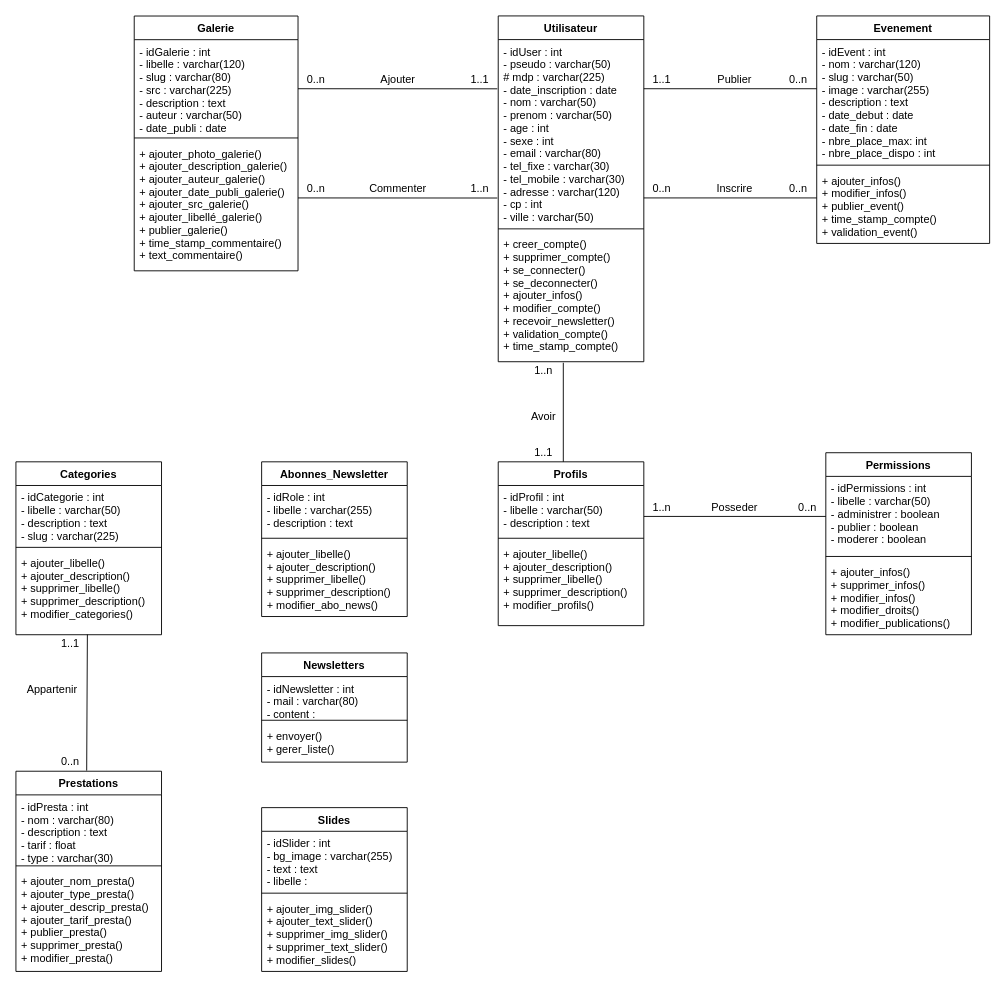
The draw.io diagram 1_Analyse/4_UML/Classe/NOUVEAU (2) (1).drawio in OlivierR68/beaute-naturelle.fr, before the edit. Source tidied: cells renumbered, new cells numbered last; positions are measured from the earlier drawing's top-left corner, leaving out a move shared by most shapes. Both pictures are drawn from the tidied source at 91%, with x=0, y=0 at pixel (15, 15).
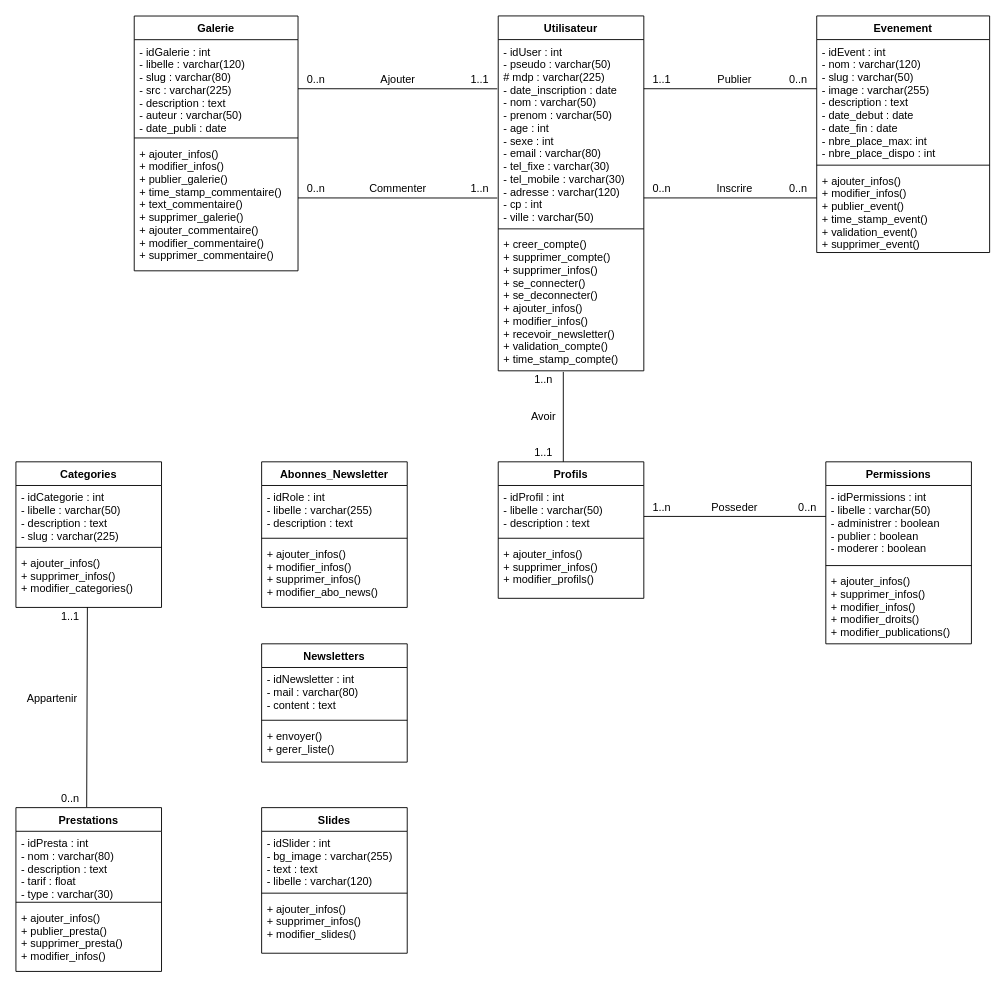
The same diagram, later.

Commit message (it also covers changes not shown here):
UML - Classe - MAJ

The change refers to these unchanged cells:
```xml
<mxCell id="10" value="Galerie" style="swimlane;fontStyle=1;align=center;verticalAlign=top;horizontal=1;startSize=26;" parent="1" vertex="1">
  <mxGeometry x="130" y="0.1" width="180" height="280" as="geometry" />
</mxCell>
```

Diff of the diagram source:
```diff
@@
     <mxCell id="2" value="Utilisateur" style="swimlane;fontStyle=1;align=center;verticalAlign=top;horizontal=1;startSize=26;" parent="1" vertex="1">
-      <mxGeometry x="530" width="160" height="380" as="geometry" />
+      <mxGeometry x="530" width="160" height="390" as="geometry" />
     </mxCell>
@@
-    <mxCell id="5" value="+ creer_compte()&#10;+ supprimer_compte()&#10;+ se_connecter()&#10;+ se_deconnecter()&#10;+ ajouter_infos()&#10;+ modifier_compte()&#10;+ recevoir_newsletter()&#10;+ validation_compte()&#10;+ time_stamp_compte()&#10;" style="text;strokeColor=none;fillColor=none;align=left;verticalAlign=top;spacingLeft=4;spacingRight=4;overflow=hidden;points=[[0,0.5],[1,0.5]];portConstraint=eastwest;" parent="2" vertex="1">
-      <mxGeometry y="238" width="160" height="142" as="geometry" />
+    <mxCell id="5" value="+ creer_compte()&#10;+ supprimer_compte()&#10;+ supprimer_infos()&#10;+ se_connecter()&#10;+ se_deconnecter()&#10;+ ajouter_infos()&#10;+ modifier_infos()&#10;+ recevoir_newsletter()&#10;+ validation_compte()&#10;+ time_stamp_compte()&#10;" style="text;strokeColor=none;fillColor=none;align=left;verticalAlign=top;spacingLeft=4;spacingRight=4;overflow=hidden;points=[[0,0.5],[1,0.5]];portConstraint=eastwest;" parent="2" vertex="1">
+      <mxGeometry y="238" width="160" height="152" as="geometry" />
     </mxCell>
     <mxCell id="6" value="Evenement" style="swimlane;fontStyle=1;align=center;verticalAlign=top;horizontal=1;startSize=26;" parent="1" vertex="1">
-      <mxGeometry x="880" width="190" height="250" as="geometry" />
+      <mxGeometry x="880" width="190" height="260" as="geometry" />
     </mxCell>
@@
-    <mxCell id="9" value="+ ajouter_infos()&#10;+ modifier_infos()&#10;+ publier_event()&#10;+ time_stamp_compte()&#10;+ validation_event()" style="text;strokeColor=none;fillColor=none;align=left;verticalAlign=top;spacingLeft=4;spacingRight=4;overflow=hidden;" parent="6" vertex="1">
-      <mxGeometry y="168" width="190" height="82" as="geometry" />
+    <mxCell id="9" value="+ ajouter_infos()&#10;+ modifier_infos()&#10;+ publier_event()&#10;+ time_stamp_event()&#10;+ validation_event()&#10;+ supprimer_event()" style="text;strokeColor=none;fillColor=none;align=left;verticalAlign=top;spacingLeft=4;spacingRight=4;overflow=hidden;" parent="6" vertex="1">
+      <mxGeometry y="168" width="190" height="92" as="geometry" />
     </mxCell>
@@
-    <mxCell id="13" value="+ ajouter_photo_galerie()&#10;+ ajouter_description_galerie()&#10;+ ajouter_auteur_galerie()&#10;+ ajouter_date_publi_galerie()&#10;+ ajouter_src_galerie()&#10;+ ajouter_libellé_galerie()&#10;+ publier_galerie()&#10;+ time_stamp_commentaire()&#10;+ text_commentaire()" style="text;strokeColor=none;fillColor=none;align=left;verticalAlign=top;spacingLeft=4;spacingRight=4;overflow=hidden;" parent="10" vertex="1">
+    <mxCell id="13" value="+ ajouter_infos()&#10;+ modifier_infos()&#10;+ publier_galerie()&#10;+ time_stamp_commentaire()&#10;+ text_commentaire()&#10;+ supprimer_galerie()&#10;+ ajouter_commentaire()&#10;+ modifier_commentaire()&#10;+ supprimer_commentaire()" style="text;strokeColor=none;fillColor=none;align=left;verticalAlign=top;spacingLeft=4;spacingRight=4;overflow=hidden;" parent="10" vertex="1">
       <mxGeometry y="138" width="180" height="142" as="geometry" />
     </mxCell>
     <mxCell id="14" value="Newsletters" style="swimlane;fontStyle=1;align=center;verticalAlign=top;horizontal=1;startSize=26;" parent="1" vertex="1">
-      <mxGeometry x="270" y="700" width="160" height="120" as="geometry" />
+      <mxGeometry x="270" y="690" width="160" height="130" as="geometry" />
     </mxCell>
-    <mxCell id="15" value="- idNewsletter : int&#10;- mail : varchar(80)&#10;- content :" style="text;strokeColor=none;fillColor=none;align=left;verticalAlign=top;spacingLeft=4;spacingRight=4;overflow=hidden;" parent="14" vertex="1">
-      <mxGeometry y="26" width="160" height="44" as="geometry" />
+    <mxCell id="15" value="- idNewsletter : int&#10;- mail : varchar(80)&#10;- content : text" style="text;strokeColor=none;fillColor=none;align=left;verticalAlign=top;spacingLeft=4;spacingRight=4;overflow=hidden;" parent="14" vertex="1">
+      <mxGeometry y="26" width="160" height="54" as="geometry" />
     </mxCell>
     <mxCell id="16" style="line;strokeWidth=1;fillColor=none;align=left;verticalAlign=middle;spacingTop=-1;spacingLeft=3;spacingRight=3;labelPosition=right;" parent="14" vertex="1">
-      <mxGeometry y="70" width="160" height="8" as="geometry" />
+      <mxGeometry y="80" width="160" height="8" as="geometry" />
     </mxCell>
     <mxCell id="17" value="+ envoyer()&#10;+ gerer_liste()" style="text;strokeColor=none;fillColor=none;align=left;verticalAlign=top;spacingLeft=4;spacingRight=4;overflow=hidden;" parent="14" vertex="1">
-      <mxGeometry y="78" width="160" height="42" as="geometry" />
+      <mxGeometry y="88" width="160" height="42" as="geometry" />
     </mxCell>
     <mxCell id="18" value="Prestations" style="swimlane;fontStyle=1;align=center;verticalAlign=top;horizontal=1;startSize=26;" parent="1" vertex="1">
-      <mxGeometry y="830" width="160" height="220" as="geometry" />
+      <mxGeometry y="870" width="160" height="180" as="geometry" />
     </mxCell>
@@
-    <mxCell id="21" value="+ ajouter_nom_presta()&#10;+ ajouter_type_presta()&#10;+ ajouter_descrip_presta()&#10;+ ajouter_tarif_presta()&#10;+ publier_presta()&#10;+ supprimer_presta()&#10;+ modifier_presta()" style="text;strokeColor=none;fillColor=none;align=left;verticalAlign=top;spacingLeft=4;spacingRight=4;overflow=hidden;" parent="18" vertex="1">
-      <mxGeometry y="108" width="160" height="112" as="geometry" />
+    <mxCell id="21" value="+ ajouter_infos()&#10;+ publier_presta()&#10;+ supprimer_presta()&#10;+ modifier_infos()" style="text;strokeColor=none;fillColor=none;align=left;verticalAlign=top;spacingLeft=4;spacingRight=4;overflow=hidden;" parent="18" vertex="1">
+      <mxGeometry y="108" width="160" height="72" as="geometry" />
     </mxCell>
     <mxCell id="22" value="Slides" style="swimlane;fontStyle=1;align=center;verticalAlign=top;horizontal=1;startSize=26;" parent="1" vertex="1">
-      <mxGeometry x="270" y="870" width="160" height="180" as="geometry" />
+      <mxGeometry x="270" y="870" width="160" height="160" as="geometry" />
     </mxCell>
-    <mxCell id="23" value="- idSlider : int&#10;- bg_image : varchar(255)&#10;- text : text &#10;- libelle : " style="text;strokeColor=none;fillColor=none;align=left;verticalAlign=top;spacingLeft=4;spacingRight=4;overflow=hidden;" parent="22" vertex="1">
+    <mxCell id="23" value="- idSlider : int&#10;- bg_image : varchar(255)&#10;- text : text &#10;- libelle : varchar(120) " style="text;strokeColor=none;fillColor=none;align=left;verticalAlign=top;spacingLeft=4;spacingRight=4;overflow=hidden;" parent="22" vertex="1">
       <mxGeometry y="26" width="160" height="64" as="geometry" />
     </mxCell>
@@
-    <mxCell id="25" value="+ ajouter_img_slider()&#10;+ ajouter_text_slider()&#10;+ supprimer_img_slider()&#10;+ supprimer_text_slider()&#10;+ modifier_slides()&#10;&#10;&#10;" style="text;strokeColor=none;fillColor=none;align=left;verticalAlign=top;spacingLeft=4;spacingRight=4;overflow=hidden;" parent="22" vertex="1">
-      <mxGeometry y="98" width="160" height="82" as="geometry" />
+    <mxCell id="25" value="+ ajouter_infos()&#10;+ supprimer_infos()&#10;+ modifier_slides()&#10;&#10;&#10;" style="text;strokeColor=none;fillColor=none;align=left;verticalAlign=top;spacingLeft=4;spacingRight=4;overflow=hidden;" parent="22" vertex="1">
+      <mxGeometry y="98" width="160" height="62" as="geometry" />
     </mxCell>
     <mxCell id="26" value="Categories" style="swimlane;fontStyle=1;align=center;verticalAlign=top;horizontal=1;startSize=26;" parent="1" vertex="1">
-      <mxGeometry y="490" width="160" height="190" as="geometry" />
+      <mxGeometry y="490" width="160" height="160" as="geometry" />
     </mxCell>
@@
-    <mxCell id="29" value="+ ajouter_libelle()&#10;+ ajouter_description()&#10;+ supprimer_libelle()&#10;+ supprimer_description()&#10;+ modifier_categories()" style="text;strokeColor=none;fillColor=none;align=left;verticalAlign=top;spacingLeft=4;spacingRight=4;overflow=hidden;" parent="26" vertex="1">
-      <mxGeometry y="98" width="160" height="92" as="geometry" />
+    <mxCell id="29" value="+ ajouter_infos()&#10;+ supprimer_infos()&#10;+ modifier_categories()" style="text;strokeColor=none;fillColor=none;align=left;verticalAlign=top;spacingLeft=4;spacingRight=4;overflow=hidden;" parent="26" vertex="1">
+      <mxGeometry y="98" width="160" height="62" as="geometry" />
     </mxCell>
     <mxCell id="30" value="Profils" style="swimlane;fontStyle=1;align=center;verticalAlign=top;horizontal=1;startSize=26;" parent="1" vertex="1">
-      <mxGeometry x="530" y="490" width="160" height="180" as="geometry" />
+      <mxGeometry x="530" y="490" width="160" height="150" as="geometry" />
     </mxCell>
@@
-    <mxCell id="33" value="+ ajouter_libelle()&#10;+ ajouter_description()&#10;+ supprimer_libelle()&#10;+ supprimer_description()&#10;+ modifier_profils()" style="text;strokeColor=none;fillColor=none;align=left;verticalAlign=top;spacingLeft=4;spacingRight=4;overflow=hidden;" parent="30" vertex="1">
-      <mxGeometry y="88" width="160" height="92" as="geometry" />
+    <mxCell id="33" value="+ ajouter_infos()&#10;+ supprimer_infos()&#10;+ modifier_profils()" style="text;strokeColor=none;fillColor=none;align=left;verticalAlign=top;spacingLeft=4;spacingRight=4;overflow=hidden;" parent="30" vertex="1">
+      <mxGeometry y="88" width="160" height="62" as="geometry" />
     </mxCell>
     <mxCell id="34" value="Permissions" style="swimlane;fontStyle=1;align=center;verticalAlign=top;horizontal=1;startSize=26;" parent="1" vertex="1">
-      <mxGeometry x="890" y="480" width="160" height="200" as="geometry" />
+      <mxGeometry x="890" y="490" width="160" height="200" as="geometry" />
     </mxCell>
@@
     <mxCell id="38" value="Abonnes_Newsletter" style="swimlane;fontStyle=1;align=center;verticalAlign=top;horizontal=1;startSize=26;" parent="1" vertex="1">
-      <mxGeometry x="270" y="490" width="160" height="170" as="geometry" />
+      <mxGeometry x="270" y="490" width="160" height="160" as="geometry" />
     </mxCell>
@@
-    <mxCell id="41" value="+ ajouter_libelle()&#10;+ ajouter_description()&#10;+ supprimer_libelle()&#10;+ supprimer_description()&#10;+ modifier_abo_news()&#10;" style="text;strokeColor=none;fillColor=none;align=left;verticalAlign=top;spacingLeft=4;spacingRight=4;overflow=hidden;" parent="38" vertex="1">
-      <mxGeometry y="88" width="160" height="82" as="geometry" />
+    <mxCell id="41" value="+ ajouter_infos()&#10;+ modifier_infos()&#10;+ supprimer_infos()&#10;+ modifier_abo_news()&#10;" style="text;strokeColor=none;fillColor=none;align=left;verticalAlign=top;spacingLeft=4;spacingRight=4;overflow=hidden;" parent="38" vertex="1">
+      <mxGeometry y="88" width="160" height="72" as="geometry" />
     </mxCell>
@@
     <mxCell id="59" value="1..n" style="text;html=1;strokeColor=none;fillColor=none;align=center;verticalAlign=middle;whiteSpace=wrap;rounded=0;" parent="1" vertex="1">
-      <mxGeometry x="560" y="380" width="40" height="20" as="geometry" />
+      <mxGeometry x="560" y="390" width="40" height="20" as="geometry" />
     </mxCell>
@@
     <mxCell id="67" value="Appartenir" style="text;html=1;strokeColor=none;fillColor=none;align=center;verticalAlign=middle;whiteSpace=wrap;rounded=0;" parent="1" vertex="1">
-      <mxGeometry x="20" y="730" width="40" height="20" as="geometry" />
+      <mxGeometry x="20" y="740" width="40" height="20" as="geometry" />
     </mxCell>
     <mxCell id="68" value="0..n" style="text;html=1;strokeColor=none;fillColor=none;align=center;verticalAlign=middle;whiteSpace=wrap;rounded=0;" parent="1" vertex="1">
-      <mxGeometry x="40" y="810" width="40" height="20" as="geometry" />
+      <mxGeometry x="40" y="850" width="40" height="20" as="geometry" />
     </mxCell>
     <mxCell id="69" value="1..1" style="text;html=1;strokeColor=none;fillColor=none;align=center;verticalAlign=middle;whiteSpace=wrap;rounded=0;" parent="1" vertex="1">
-      <mxGeometry x="40" y="680" width="40" height="20" as="geometry" />
+      <mxGeometry x="40" y="650" width="40" height="20" as="geometry" />
     </mxCell>
```
